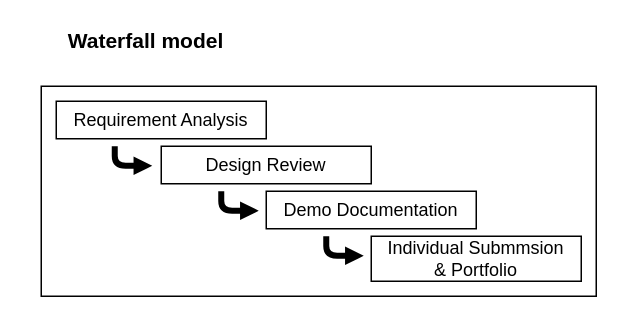
Earlier version of the draw.io diagram page "Page-1" (1 of 3) of Draw.io/waterfall.drawio (MistyMoonR/COMP208-TeamWork-Website). Source tidied: cells renumbered, new cells numbered last; positions are measured from the earlier drawing's top-left corner, leaving out a move shared by most shapes. Both pictures are drawn from the tidied source at 150%, with x=0, y=0 at pixel (26, 26).
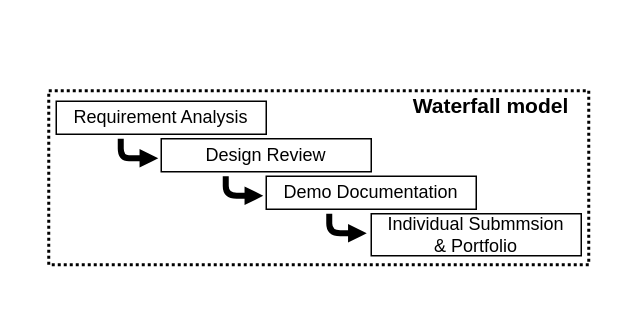
Above is the later version.

Change to the diagram source:
```diff
@@
 <mxGraphModel>
   <root>
     <mxCell id="0" />
     <mxCell id="1" parent="0" />
-    <mxCell id="2" style="rounded=0;whiteSpace=wrap;html=1;" parent="1" vertex="1">
-      <mxGeometry x="10" y="40" width="370" height="140" as="geometry" />
+    <mxCell id="2" style="rounded=0;whiteSpace=wrap;html=1;strokeWidth=2;dashed=1;dashPattern=1 1;" parent="1" vertex="1">
+      <mxGeometry x="15" y="43" width="360" height="116" as="geometry" />
     </mxCell>
     <mxCell id="3" value="Requirement Analysis" style="rounded=0;whiteSpace=wrap;html=1;" parent="1" vertex="1">
-      <mxGeometry x="20" y="50" width="140" height="25" as="geometry" />
+      <mxGeometry x="20" y="50" width="140" height="22" as="geometry" />
     </mxCell>
     <mxCell id="4" value="Design Review" style="rounded=0;whiteSpace=wrap;html=1;" parent="1" vertex="1">
-      <mxGeometry x="90" y="80" width="140" height="25" as="geometry" />
+      <mxGeometry x="90" y="75" width="140" height="22" as="geometry" />
     </mxCell>
     <mxCell id="5" value="Demo Documentation" style="rounded=0;whiteSpace=wrap;html=1;" parent="1" vertex="1">
-      <mxGeometry x="160" y="110" width="140" height="25" as="geometry" />
+      <mxGeometry x="160" y="100" width="140" height="22" as="geometry" />
     </mxCell>
     <mxCell id="6" value="Individual Submmsion &lt;br&gt;&amp;amp; Portfolio" style="rounded=0;whiteSpace=wrap;html=1;" parent="1" vertex="1">
-      <mxGeometry x="230" y="140" width="140" height="30" as="geometry" />
+      <mxGeometry x="230" y="125" width="140" height="28" as="geometry" />
     </mxCell>
     <mxCell id="7" style="endArrow=block;html=1;strokeWidth=4;endFill=1;endSize=2;startSize=4;jumpSize=4;rounded=1;" parent="1" edge="1">
       <mxGeometry relative="1" as="geometry">
-        <mxPoint x="59" y="80" as="sourcePoint" />
-        <mxPoint x="84" y="93" as="targetPoint" />
+        <mxPoint x="63" y="75" as="sourcePoint" />
+        <mxPoint x="88" y="88" as="targetPoint" />
         <Array as="points">
-          <mxPoint x="59" y="93" />
+          <mxPoint x="63" y="88" />
+          <mxPoint x="74" y="88" />
         </Array>
       </mxGeometry>
     </mxCell>
     <mxCell id="8" style="endArrow=block;html=1;strokeWidth=4;endFill=1;endSize=2;startSize=4;jumpSize=4;rounded=1;" parent="1" edge="1">
       <mxGeometry relative="1" as="geometry">
-        <mxPoint x="130" y="110" as="sourcePoint" />
-        <mxPoint x="155" y="123" as="targetPoint" />
+        <mxPoint x="133" y="100" as="sourcePoint" />
+        <mxPoint x="158" y="113" as="targetPoint" />
         <Array as="points">
-          <mxPoint x="130" y="123" />
+          <mxPoint x="133" y="113" />
         </Array>
       </mxGeometry>
     </mxCell>
     <mxCell id="9" style="endArrow=block;html=1;strokeWidth=4;endFill=1;endSize=2;startSize=4;jumpSize=4;rounded=1;" parent="1" edge="1">
       <mxGeometry relative="1" as="geometry">
-        <mxPoint x="200" y="140" as="sourcePoint" />
-        <mxPoint x="225" y="153" as="targetPoint" />
+        <mxPoint x="202" y="125" as="sourcePoint" />
+        <mxPoint x="227" y="138" as="targetPoint" />
         <Array as="points">
-          <mxPoint x="200" y="153" />
+          <mxPoint x="202" y="138" />
         </Array>
       </mxGeometry>
     </mxCell>
     <mxCell id="10" value="&lt;font style=&quot;font-size: 14px&quot;&gt;&lt;b&gt;Waterfall model&lt;/b&gt;&lt;/font&gt;" style="text;html=1;strokeColor=none;fillColor=none;align=center;verticalAlign=middle;whiteSpace=wrap;rounded=0;" parent="1" vertex="1">
-      <mxGeometry width="160" height="20" as="geometry" />
+      <mxGeometry x="230" y="43" width="160" height="20" as="geometry" />
     </mxCell>
   </root>
 </mxGraphModel>
```
